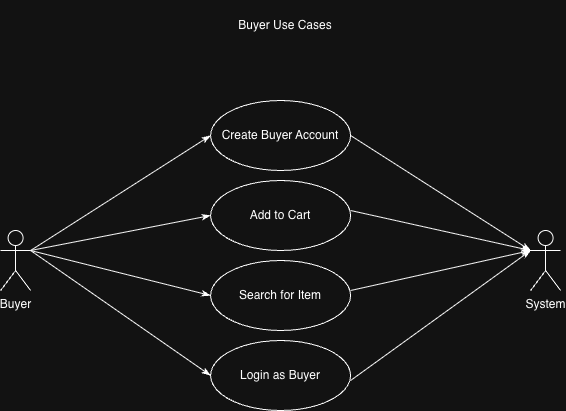
Before: Use Cases/BuyerUseCase.png, a diagram exported from draw.io (Jason-Kng/Bulldog-Records). Source tidied: cells renumbered, new cells last; positions are measured from the earlier drawing's top-left corner, leaving out a move shared by most shapes.
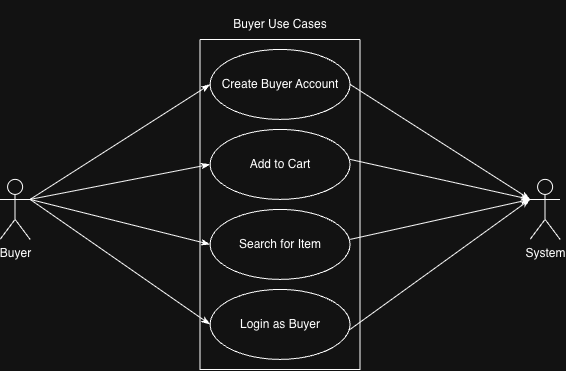
Later version of the same file.

Commit message:
Updated use case diagrams

Diff of the diagram source:
```diff
@@ -53,7 +53,10 @@
       </mxGeometry>
     </mxCell>
     <mxCell id="16" value="Buyer Use Cases" style="text;html=1;whiteSpace=wrap;strokeColor=none;fillColor=none;align=center;verticalAlign=middle;rounded=0;" parent="1" vertex="1">
-      <mxGeometry x="195" width="180" height="50" as="geometry" />
+      <mxGeometry x="190" y="50" width="180" height="50" as="geometry" />
     </mxCell>
+    <mxCell id="17" style="swimlane;startSize=0;" parent="1" vertex="1">
+      <mxGeometry x="200" y="90" width="160" height="330" as="geometry" />
+    </mxCell>
   </root>
 </mxGraphModel>
```
